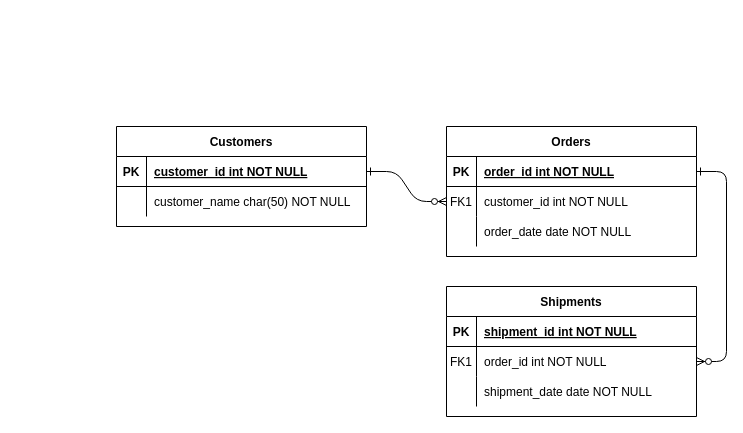
Earlier version of the draw.io diagram eams_domain_model.drawio (phillipseryazi/eams_domain_model). Source tidied: cells renumbered, new cells numbered last; positions are measured from the earlier drawing's top-left corner, leaving out a move shared by most shapes. Both pictures are drawn from the tidied source at 100%, with x=0, y=0 at pixel (116, 126).
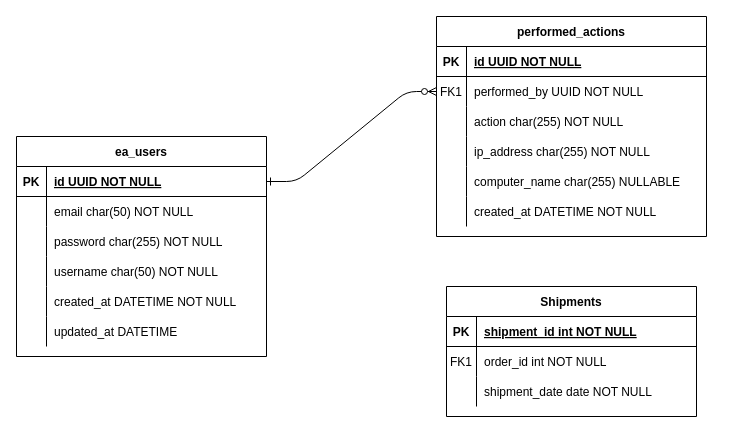
After the change.

Commit message:
add ea-users and performed_actions

Unchanged cells that the change refers to:
```xml
<mxCell id="18" style="shape=partialRectangle;fillColor=none;points=[[0,0.5],[1,0.5]];portConstraint=eastwest;top=0;left=0;right=0;bottom=0;" parent="14" vertex="1">
  <mxGeometry y="60" width="250" height="30" as="geometry" />
</mxCell>
<mxCell id="25" style="shape=partialRectangle;fillColor=none;points=[[0,0.5],[1,0.5]];portConstraint=eastwest;top=0;left=0;right=0;bottom=1;" parent="24" vertex="1">
  <mxGeometry y="30" width="250" height="30" as="geometry" />
</mxCell>
<mxCell id="28" style="shape=partialRectangle;fillColor=none;top=0;left=0;right=0;bottom=0;" parent="24" vertex="1">
  <mxGeometry y="60" width="250" height="30" as="geometry" />
</mxCell>
```

What changed in the source:
```diff
@@
-    <mxCell id="3" style="edgeStyle=entityRelationEdgeStyle;endArrow=ERzeroToMany;startArrow=ERone;endFill=1;startFill=0;" parent="1" edge="1" source="5" target="18">
-      <mxGeometry relative="1" as="geometry" />
-    </mxCell>
-    <mxCell id="4" value="Orders" style="shape=table;startSize=30;childLayout=tableLayout;rowLines=0;fontStyle=1;align=center;" parent="1" vertex="1">
-      <mxGeometry x="330" width="250" height="130" as="geometry" />
+    <mxCell id="4" value="performed_actions" style="shape=table;startSize=30;childLayout=tableLayout;rowLines=0;fontStyle=1;align=center;" parent="1" vertex="1">
+      <mxGeometry x="320" y="-110" width="270" height="220" as="geometry" />
     </mxCell>
     <mxCell id="5" style="shape=partialRectangle;fillColor=none;points=[[0,0.5],[1,0.5]];portConstraint=eastwest;top=0;left=0;right=0;bottom=1;" parent="4" vertex="1">
-      <mxGeometry y="30" width="250" height="30" as="geometry" />
+      <mxGeometry y="30" width="270" height="30" as="geometry" />
     </mxCell>
@@
-    <mxCell id="7" value="order_id int NOT NULL " style="shape=partialRectangle;overflow=hidden;fillColor=none;top=0;left=0;bottom=0;right=0;align=left;spacingLeft=6;fontStyle=5;" parent="5" vertex="1">
-      <mxGeometry x="30" width="220" height="30" as="geometry" />
+    <mxCell id="7" value="id UUID NOT NULL " style="shape=partialRectangle;overflow=hidden;fillColor=none;top=0;left=0;bottom=0;right=0;align=left;spacingLeft=6;fontStyle=5;" parent="5" vertex="1">
+      <mxGeometry x="30" width="240" height="30" as="geometry" />
     </mxCell>
     <mxCell id="8" style="shape=partialRectangle;fillColor=none;points=[[0,0.5],[1,0.5]];portConstraint=eastwest;top=0;left=0;right=0;bottom=0;" parent="4" vertex="1">
-      <mxGeometry y="60" width="250" height="30" as="geometry" />
+      <mxGeometry y="60" width="270" height="30" as="geometry" />
     </mxCell>
@@
-    <mxCell id="10" value="customer_id int NOT NULL" style="shape=partialRectangle;overflow=hidden;fillColor=none;top=0;left=0;bottom=0;right=0;align=left;spacingLeft=6;" parent="8" vertex="1">
-      <mxGeometry x="30" width="220" height="30" as="geometry" />
+    <mxCell id="10" value="performed_by UUID NOT NULL" style="shape=partialRectangle;overflow=hidden;fillColor=none;top=0;left=0;bottom=0;right=0;align=left;spacingLeft=6;" parent="8" vertex="1">
+      <mxGeometry x="30" width="240" height="30" as="geometry" />
     </mxCell>
     <mxCell id="11" style="shape=partialRectangle;fillColor=none;top=0;left=0;right=0;bottom=0;" parent="4" vertex="1">
-      <mxGeometry y="90" width="250" height="30" as="geometry" />
+      <mxGeometry y="90" width="270" height="30" as="geometry" />
     </mxCell>
@@
-    <mxCell id="13" value="order_date date NOT NULL" style="shape=partialRectangle;overflow=hidden;fillColor=none;top=0;left=0;bottom=0;right=0;align=left;spacingLeft=6;" parent="11" vertex="1">
-      <mxGeometry x="30" width="220" height="30" as="geometry" />
+    <mxCell id="13" value="action char(255) NOT NULL" style="shape=partialRectangle;overflow=hidden;fillColor=none;top=0;left=0;bottom=0;right=0;align=left;spacingLeft=6;" parent="11" vertex="1">
+      <mxGeometry x="30" width="240" height="30" as="geometry" />
     </mxCell>
+    <mxCell id="31" style="shape=partialRectangle;fillColor=none;top=0;left=0;right=0;bottom=0;" parent="4" vertex="1">
+      <mxGeometry y="120" width="270" height="30" as="geometry" />
+    </mxCell>
+    <mxCell id="32" style="shape=partialRectangle;overflow=hidden;fillColor=none;top=0;left=0;bottom=0;right=0;" parent="31" vertex="1">
+      <mxGeometry width="30" height="30" as="geometry" />
+    </mxCell>
+    <mxCell id="33" value="ip_address char(255) NOT NULL" style="shape=partialRectangle;overflow=hidden;fillColor=none;top=0;left=0;bottom=0;right=0;align=left;spacingLeft=6;" parent="31" vertex="1">
+      <mxGeometry x="30" width="240" height="30" as="geometry" />
+    </mxCell>
+    <mxCell id="34" style="shape=partialRectangle;fillColor=none;top=0;left=0;right=0;bottom=0;" parent="4" vertex="1">
+      <mxGeometry y="150" width="270" height="30" as="geometry" />
+    </mxCell>
+    <mxCell id="35" style="shape=partialRectangle;overflow=hidden;fillColor=none;top=0;left=0;bottom=0;right=0;" parent="34" vertex="1">
+      <mxGeometry width="30" height="30" as="geometry" />
+    </mxCell>
+    <mxCell id="36" value="computer_name char(255) NULLABLE" style="shape=partialRectangle;overflow=hidden;fillColor=none;top=0;left=0;bottom=0;right=0;align=left;spacingLeft=6;" parent="34" vertex="1">
+      <mxGeometry x="30" width="240" height="30" as="geometry" />
+    </mxCell>
+    <mxCell id="37" style="shape=partialRectangle;fillColor=none;top=0;left=0;right=0;bottom=0;" parent="4" vertex="1">
+      <mxGeometry y="180" width="270" height="30" as="geometry" />
+    </mxCell>
+    <mxCell id="38" style="shape=partialRectangle;overflow=hidden;fillColor=none;top=0;left=0;bottom=0;right=0;" parent="37" vertex="1">
+      <mxGeometry width="30" height="30" as="geometry" />
+    </mxCell>
+    <mxCell id="39" value="created_at DATETIME NOT NULL" style="shape=partialRectangle;overflow=hidden;fillColor=none;top=0;left=0;bottom=0;right=0;align=left;spacingLeft=6;" parent="37" vertex="1">
+      <mxGeometry x="30" width="240" height="30" as="geometry" />
+    </mxCell>
@@
-    <mxCell id="24" value="Customers" style="shape=table;startSize=30;childLayout=tableLayout;rowLines=0;fontStyle=1;align=center;" parent="1" vertex="1">
-      <mxGeometry width="250" height="100" as="geometry" />
+    <mxCell id="24" value="ea_users" style="shape=table;startSize=30;childLayout=tableLayout;rowLines=0;fontStyle=1;align=center;" parent="1" vertex="1">
+      <mxGeometry x="-100" y="10" width="250" height="220" as="geometry" />
     </mxCell>
@@
-    <mxCell id="27" value="customer_id int NOT NULL " style="shape=partialRectangle;overflow=hidden;fillColor=none;top=0;left=0;bottom=0;right=0;align=left;spacingLeft=6;fontStyle=5;" parent="25" vertex="1">
+    <mxCell id="27" value="id UUID NOT NULL " style="shape=partialRectangle;overflow=hidden;fillColor=none;top=0;left=0;bottom=0;right=0;align=left;spacingLeft=6;fontStyle=5;" parent="25" vertex="1">
       <mxGeometry x="30" width="220" height="30" as="geometry" />
     </mxCell>
@@
-    <mxCell id="30" value="customer_name char(50) NOT NULL" style="shape=partialRectangle;overflow=hidden;fillColor=none;top=0;left=0;bottom=0;right=0;align=left;spacingLeft=6;" parent="28" vertex="1">
+    <mxCell id="30" value="email char(50) NOT NULL" style="shape=partialRectangle;overflow=hidden;fillColor=none;top=0;left=0;bottom=0;right=0;align=left;spacingLeft=6;" parent="28" vertex="1">
       <mxGeometry x="30" width="220" height="30" as="geometry" />
     </mxCell>
+    <mxCell id="40" style="shape=partialRectangle;fillColor=none;top=0;left=0;right=0;bottom=0;" parent="24" vertex="1">
+      <mxGeometry y="90" width="250" height="30" as="geometry" />
+    </mxCell>
+    <mxCell id="41" style="shape=partialRectangle;overflow=hidden;fillColor=none;top=0;left=0;bottom=0;right=0;" parent="40" vertex="1">
+      <mxGeometry width="30" height="30" as="geometry" />
+    </mxCell>
+    <mxCell id="42" value="password char(255) NOT NULL" style="shape=partialRectangle;overflow=hidden;fillColor=none;top=0;left=0;bottom=0;right=0;align=left;spacingLeft=6;" parent="40" vertex="1">
+      <mxGeometry x="30" width="220" height="30" as="geometry" />
+    </mxCell>
+    <mxCell id="43" style="shape=partialRectangle;fillColor=none;top=0;left=0;right=0;bottom=0;" parent="24" vertex="1">
+      <mxGeometry y="120" width="250" height="30" as="geometry" />
+    </mxCell>
+    <mxCell id="44" style="shape=partialRectangle;overflow=hidden;fillColor=none;top=0;left=0;bottom=0;right=0;" parent="43" vertex="1">
+      <mxGeometry width="30" height="30" as="geometry" />
+    </mxCell>
+    <mxCell id="45" value="username char(50) NOT NULL" style="shape=partialRectangle;overflow=hidden;fillColor=none;top=0;left=0;bottom=0;right=0;align=left;spacingLeft=6;" parent="43" vertex="1">
+      <mxGeometry x="30" width="220" height="30" as="geometry" />
+    </mxCell>
+    <mxCell id="46" style="shape=partialRectangle;fillColor=none;top=0;left=0;right=0;bottom=0;" parent="24" vertex="1">
+      <mxGeometry y="150" width="250" height="30" as="geometry" />
+    </mxCell>
+    <mxCell id="47" style="shape=partialRectangle;overflow=hidden;fillColor=none;top=0;left=0;bottom=0;right=0;" parent="46" vertex="1">
+      <mxGeometry width="30" height="30" as="geometry" />
+    </mxCell>
+    <mxCell id="48" value="created_at DATETIME NOT NULL" style="shape=partialRectangle;overflow=hidden;fillColor=none;top=0;left=0;bottom=0;right=0;align=left;spacingLeft=6;" parent="46" vertex="1">
+      <mxGeometry x="30" width="220" height="30" as="geometry" />
+    </mxCell>
+    <mxCell id="49" style="shape=partialRectangle;fillColor=none;top=0;left=0;right=0;bottom=0;" parent="24" vertex="1">
+      <mxGeometry y="180" width="250" height="30" as="geometry" />
+    </mxCell>
+    <mxCell id="50" style="shape=partialRectangle;overflow=hidden;fillColor=none;top=0;left=0;bottom=0;right=0;" parent="49" vertex="1">
+      <mxGeometry width="30" height="30" as="geometry" />
+    </mxCell>
+    <mxCell id="51" value="updated_at DATETIME" style="shape=partialRectangle;overflow=hidden;fillColor=none;top=0;left=0;bottom=0;right=0;align=left;spacingLeft=6;" parent="49" vertex="1">
+      <mxGeometry x="30" width="220" height="30" as="geometry" />
+    </mxCell>
```
